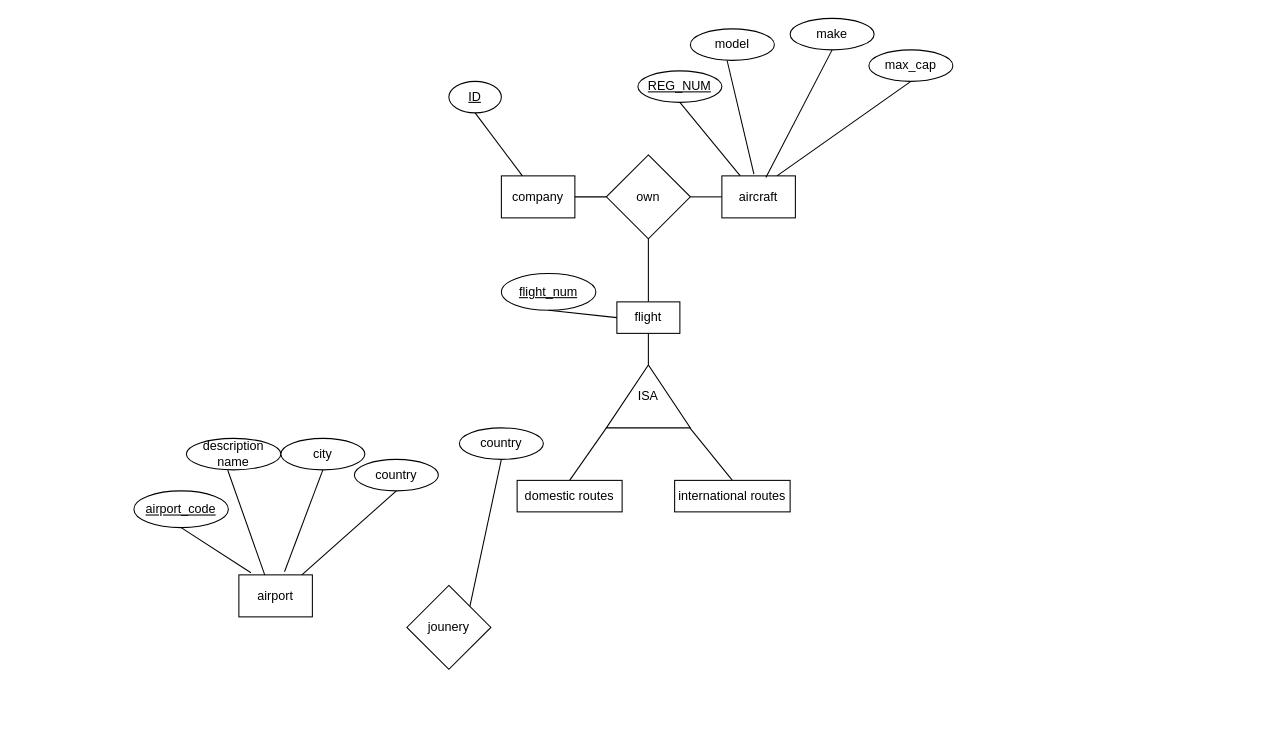
Earlier version of the draw.io diagram hw2_part5A.drawio (jamessu1201/Database_System). Source tidied: cells renumbered, new cells numbered last; positions are measured from the earlier drawing's top-left corner, leaving out a move shared by most shapes. Both pictures are drawn from the tidied source at 105%, with x=0, y=0 at pixel (133, 18).
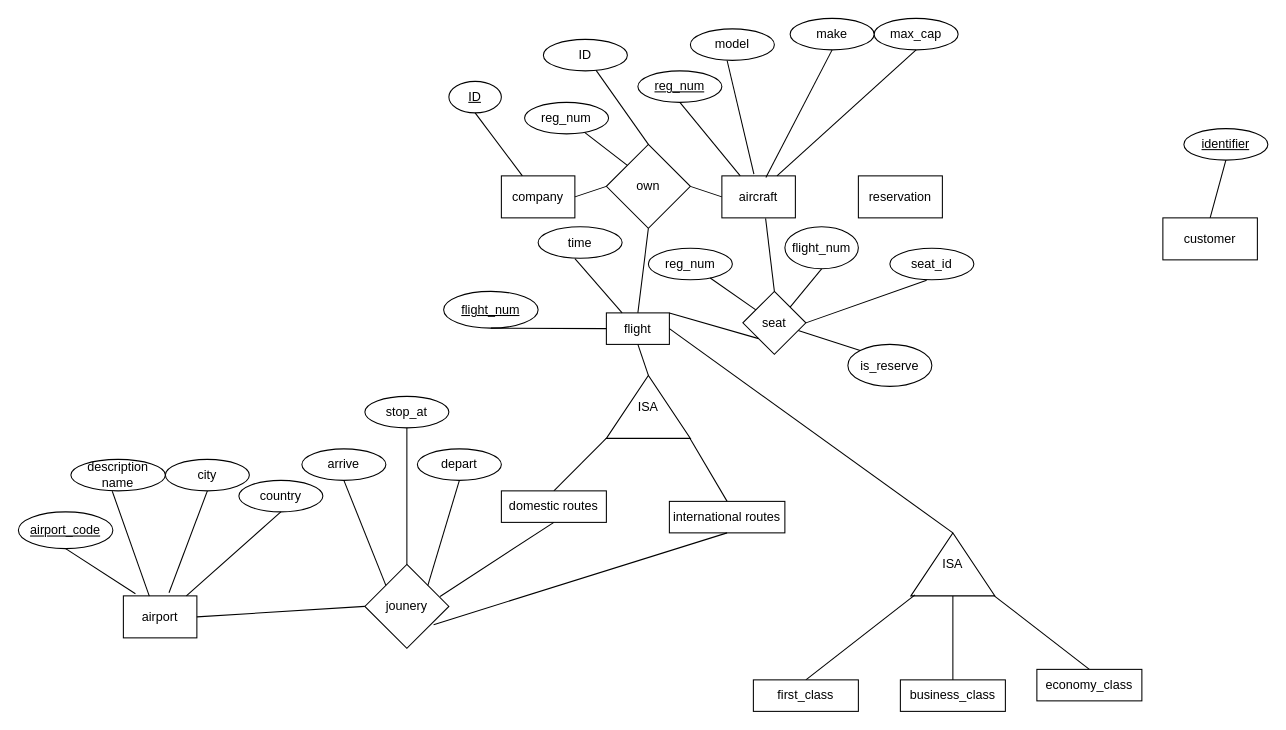
After the change.

The change refers to these unchanged cells:
```xml
<mxCell id="8" value="aircraft" style="rounded=0;whiteSpace=wrap;html=1;" parent="1" vertex="1">
  <mxGeometry x="560" y="150" width="70" height="40" as="geometry" />
</mxCell>
```

Diff of the diagram source:
```diff
@@
     <mxCell id="6" value="own" style="rhombus;whiteSpace=wrap;html=1;" parent="1" vertex="1">
-      <mxGeometry x="450" y="130" width="80" height="80" as="geometry" />
+      <mxGeometry x="450" y="120" width="80" height="80" as="geometry" />
     </mxCell>
@@
-    <mxCell id="9" value="&lt;u&gt;REG_NUM&lt;/u&gt;" style="ellipse;whiteSpace=wrap;html=1;" parent="1" vertex="1">
+    <mxCell id="9" value="&lt;u&gt;reg_num&lt;/u&gt;" style="ellipse;whiteSpace=wrap;html=1;" parent="1" vertex="1">
       <mxGeometry x="480" y="50" width="80" height="30" as="geometry" />
     </mxCell>
@@
     <mxCell id="11" value="max_cap" style="ellipse;whiteSpace=wrap;html=1;" parent="1" vertex="1">
-      <mxGeometry x="700" y="30" width="80" height="30" as="geometry" />
+      <mxGeometry x="705" width="80" height="30" as="geometry" />
     </mxCell>
@@
     <mxCell id="18" value="flight" style="rounded=0;whiteSpace=wrap;html=1;" parent="1" vertex="1">
-      <mxGeometry x="460" y="270" width="60" height="30" as="geometry" />
+      <mxGeometry x="450" y="280.5" width="60" height="30" as="geometry" />
     </mxCell>
     <mxCell id="19" value="ISA" style="triangle;whiteSpace=wrap;html=1;flipV=1;flipH=1;direction=south;" parent="1" vertex="1">
-      <mxGeometry x="450" y="330" width="80" height="60" as="geometry" />
+      <mxGeometry x="450" y="340" width="80" height="60" as="geometry" />
     </mxCell>
@@
-    <mxCell id="21" style="endArrow=none;html=1;rounded=0;exitX=0.5;exitY=0;exitDx=0;exitDy=0;" parent="1" edge="1" source="23">
-      <mxGeometry relative="1" as="geometry">
-        <mxPoint x="450" y="390" as="targetPoint" />
-      </mxGeometry>
+    <mxCell id="21" style="endArrow=none;html=1;rounded=0;exitX=0.5;exitY=0;exitDx=0;exitDy=0;entryX=0.004;entryY=0.001;entryDx=0;entryDy=0;entryPerimeter=0;" parent="1" edge="1" source="23" target="19">
+      <mxGeometry relative="1" as="geometry" />
     </mxCell>
@@
     <mxCell id="23" value=" domestic&amp;nbsp;routes" style="rounded=0;whiteSpace=wrap;html=1;" parent="1" vertex="1">
-      <mxGeometry x="365" y="440" width="100" height="30" as="geometry" />
+      <mxGeometry x="350" y="450" width="100" height="30" as="geometry" />
     </mxCell>
     <mxCell id="24" value="international routes" style="rounded=0;whiteSpace=wrap;html=1;" parent="1" vertex="1">
-      <mxGeometry x="515" y="440" width="110" height="30" as="geometry" />
+      <mxGeometry x="510" y="460" width="110" height="30" as="geometry" />
     </mxCell>
     <mxCell id="25" value="airport" style="rounded=0;whiteSpace=wrap;html=1;" parent="1" vertex="1">
-      <mxGeometry x="100" y="530" width="70" height="40" as="geometry" />
+      <mxGeometry x="-10" y="550" width="70" height="40" as="geometry" />
     </mxCell>
     <mxCell id="26" value="&lt;u&gt;flight_num&lt;/u&gt;" style="ellipse;whiteSpace=wrap;html=1;" parent="1" vertex="1">
-      <mxGeometry x="350" y="243" width="90" height="35" as="geometry" />
+      <mxGeometry x="295" y="260" width="90" height="35" as="geometry" />
     </mxCell>
@@
     <mxCell id="28" value="&lt;u&gt;airport_code&lt;/u&gt;" style="ellipse;whiteSpace=wrap;html=1;" parent="1" vertex="1">
-      <mxGeometry y="450" width="90" height="35" as="geometry" />
+      <mxGeometry x="-110" y="470" width="90" height="35" as="geometry" />
     </mxCell>
@@
     <mxCell id="30" value="description&lt;br/&gt;name" style="ellipse;whiteSpace=wrap;html=1;" parent="1" vertex="1">
-      <mxGeometry x="50" y="400" width="90" height="30" as="geometry" />
+      <mxGeometry x="-60" y="420" width="90" height="30" as="geometry" />
     </mxCell>
@@
     <mxCell id="32" value="city" style="ellipse;whiteSpace=wrap;html=1;" parent="1" vertex="1">
-      <mxGeometry x="140" y="400" width="80" height="30" as="geometry" />
+      <mxGeometry x="30" y="420" width="80" height="30" as="geometry" />
     </mxCell>
@@
     <mxCell id="34" value="country" style="ellipse;whiteSpace=wrap;html=1;" parent="1" vertex="1">
-      <mxGeometry x="210" y="420" width="80" height="30" as="geometry" />
+      <mxGeometry x="100" y="440" width="80" height="30" as="geometry" />
     </mxCell>
@@
     <mxCell id="36" value="jounery" style="rhombus;whiteSpace=wrap;html=1;" parent="1" vertex="1">
-      <mxGeometry x="260" y="540" width="80" height="80" as="geometry" />
+      <mxGeometry x="220" y="520" width="80" height="80" as="geometry" />
     </mxCell>
-    <mxCell id="37" value="country" style="ellipse;whiteSpace=wrap;html=1;" parent="1" vertex="1">
-      <mxGeometry x="310" y="390" width="80" height="30" as="geometry" />
+    <mxCell id="37" value="depart" style="ellipse;whiteSpace=wrap;html=1;" parent="1" vertex="1">
+      <mxGeometry x="270" y="410" width="80" height="30" as="geometry" />
     </mxCell>
@@
+    <mxCell id="39" value="arrive" style="ellipse;whiteSpace=wrap;html=1;" parent="1" vertex="1">
+      <mxGeometry x="160" y="410" width="80" height="30" as="geometry" />
+    </mxCell>
+    <mxCell id="40" style="endArrow=none;html=1;rounded=0;entryX=0.5;entryY=1;entryDx=0;entryDy=0;exitX=0;exitY=0;exitDx=0;exitDy=0;" parent="1" edge="1" source="36" target="39">
+      <mxGeometry relative="1" as="geometry" />
+    </mxCell>
+    <mxCell id="41" style="endArrow=none;html=1;rounded=0;exitX=1;exitY=0.5;exitDx=0;exitDy=0;entryX=0;entryY=0.5;entryDx=0;entryDy=0;" parent="1" edge="1" source="25" target="36">
+      <mxGeometry relative="1" as="geometry" />
+    </mxCell>
+    <mxCell id="42" style="endArrow=none;html=1;rounded=0;entryX=0.5;entryY=1;entryDx=0;entryDy=0;exitX=0.895;exitY=0.382;exitDx=0;exitDy=0;exitPerimeter=0;" parent="1" edge="1" source="36" target="23">
+      <mxGeometry relative="1" as="geometry" />
+    </mxCell>
+    <mxCell id="43" style="endArrow=none;html=1;rounded=0;entryX=0.5;entryY=1;entryDx=0;entryDy=0;exitX=0.818;exitY=0.718;exitDx=0;exitDy=0;exitPerimeter=0;" parent="1" edge="1" source="36" target="24">
+      <mxGeometry relative="1" as="geometry" />
+    </mxCell>
+    <mxCell id="44" value="stop_at" style="ellipse;whiteSpace=wrap;html=1;" parent="1" vertex="1">
+      <mxGeometry x="220" y="360" width="80" height="30" as="geometry" />
+    </mxCell>
+    <mxCell id="45" style="endArrow=none;html=1;rounded=0;entryX=0.5;entryY=1;entryDx=0;entryDy=0;exitX=0.5;exitY=0;exitDx=0;exitDy=0;" parent="1" edge="1" source="36" target="44">
+      <mxGeometry relative="1" as="geometry" />
+    </mxCell>
+    <mxCell id="46" style="endArrow=none;html=1;rounded=0;entryX=1;entryY=0.5;entryDx=0;entryDy=0;exitX=0;exitY=0.5;exitDx=0;exitDy=0;" parent="1" edge="1" source="47" target="18">
+      <mxGeometry relative="1" as="geometry" />
+    </mxCell>
+    <mxCell id="47" value="ISA" style="triangle;whiteSpace=wrap;html=1;flipV=1;flipH=1;direction=south;" parent="1" vertex="1">
+      <mxGeometry x="740" y="490" width="80" height="60" as="geometry" />
+    </mxCell>
+    <mxCell id="48" style="endArrow=none;html=1;rounded=0;entryX=0.017;entryY=0.049;entryDx=0;entryDy=0;entryPerimeter=0;exitX=0.5;exitY=0;exitDx=0;exitDy=0;" parent="1" edge="1" source="51" target="47">
+      <mxGeometry relative="1" as="geometry" />
+    </mxCell>
+    <mxCell id="49" style="endArrow=none;html=1;rounded=0;entryX=-0.003;entryY=0.996;entryDx=0;entryDy=0;entryPerimeter=0;exitX=0.5;exitY=0;exitDx=0;exitDy=0;" parent="1" edge="1" source="53" target="47">
+      <mxGeometry relative="1" as="geometry" />
+    </mxCell>
+    <mxCell id="50" style="endArrow=none;html=1;rounded=0;entryX=1;entryY=0.5;entryDx=0;entryDy=0;exitX=0.5;exitY=0;exitDx=0;exitDy=0;" parent="1" edge="1" source="52" target="47">
+      <mxGeometry relative="1" as="geometry" />
+    </mxCell>
+    <mxCell id="51" value=" first_class" style="rounded=0;whiteSpace=wrap;html=1;" parent="1" vertex="1">
+      <mxGeometry x="590" y="630" width="100" height="30" as="geometry" />
+    </mxCell>
+    <mxCell id="52" value=" business_class" style="rounded=0;whiteSpace=wrap;html=1;" parent="1" vertex="1">
+      <mxGeometry x="730" y="630" width="100" height="30" as="geometry" />
+    </mxCell>
+    <mxCell id="53" value="economy_class" style="rounded=0;whiteSpace=wrap;html=1;" parent="1" vertex="1">
+      <mxGeometry x="860" y="620" width="100" height="30" as="geometry" />
+    </mxCell>
+    <mxCell id="54" value="customer" style="rounded=0;whiteSpace=wrap;html=1;" parent="1" vertex="1">
+      <mxGeometry x="980" y="190" width="90" height="40" as="geometry" />
+    </mxCell>
+    <mxCell id="55" value="&lt;u&gt;identifier&lt;/u&gt;" style="ellipse;whiteSpace=wrap;html=1;" parent="1" vertex="1">
+      <mxGeometry x="1000" y="105" width="80" height="30" as="geometry" />
+    </mxCell>
+    <mxCell id="56" style="endArrow=none;html=1;rounded=0;entryX=0.5;entryY=1;entryDx=0;entryDy=0;exitX=0.5;exitY=0;exitDx=0;exitDy=0;" parent="1" edge="1" source="54" target="55">
+      <mxGeometry relative="1" as="geometry" />
+    </mxCell>
+    <mxCell id="57" value="reg_num" style="ellipse;whiteSpace=wrap;html=1;" parent="1" vertex="1">
+      <mxGeometry x="490" y="219" width="80" height="30" as="geometry" />
+    </mxCell>
+    <mxCell id="58" style="endArrow=none;html=1;rounded=0;" parent="1" edge="1" source="66" target="57">
+      <mxGeometry relative="1" as="geometry" />
+    </mxCell>
+    <mxCell id="59" value="reservation" style="rounded=0;whiteSpace=wrap;html=1;" parent="1" vertex="1">
+      <mxGeometry x="690" y="150" width="80" height="40" as="geometry" />
+    </mxCell>
+    <mxCell id="60" value="seat_id" style="ellipse;whiteSpace=wrap;html=1;" parent="1" vertex="1">
+      <mxGeometry x="720" y="219" width="80" height="30" as="geometry" />
+    </mxCell>
+    <mxCell id="61" style="endArrow=none;html=1;rounded=0;entryX=1;entryY=0.5;entryDx=0;entryDy=0;exitX=0.438;exitY=1.012;exitDx=0;exitDy=0;exitPerimeter=0;" parent="1" edge="1" source="60" target="66">
+      <mxGeometry relative="1" as="geometry" />
+    </mxCell>
+    <mxCell id="62" value="is_reserve" style="ellipse;whiteSpace=wrap;html=1;" parent="1" vertex="1">
+      <mxGeometry x="680" y="310.5" width="80" height="40" as="geometry" />
+    </mxCell>
+    <mxCell id="63" style="endArrow=none;html=1;rounded=0;exitX=0;exitY=0;exitDx=0;exitDy=0;" parent="1" edge="1" source="62" target="66">
+      <mxGeometry relative="1" as="geometry" />
+    </mxCell>
+    <mxCell id="64" value="time" style="ellipse;whiteSpace=wrap;html=1;" parent="1" vertex="1">
+      <mxGeometry x="385" y="198.5" width="80" height="30" as="geometry" />
+    </mxCell>
+    <mxCell id="65" style="endArrow=none;html=1;rounded=0;entryX=0.25;entryY=0;entryDx=0;entryDy=0;exitX=0.438;exitY=1.012;exitDx=0;exitDy=0;exitPerimeter=0;" parent="1" edge="1" source="64" target="18">
+      <mxGeometry relative="1" as="geometry" />
+    </mxCell>
+    <mxCell id="66" value="seat" style="rhombus;whiteSpace=wrap;html=1;" parent="1" vertex="1">
+      <mxGeometry x="580" y="260" width="60" height="60" as="geometry" />
+    </mxCell>
+    <mxCell id="67" style="endArrow=none;html=1;rounded=0;entryX=0;entryY=1;entryDx=0;entryDy=0;exitX=1;exitY=0;exitDx=0;exitDy=0;" parent="1" edge="1" source="18" target="66">
+      <mxGeometry relative="1" as="geometry" />
+    </mxCell>
+    <mxCell id="68" value="flight_num" style="ellipse;whiteSpace=wrap;html=1;" parent="1" vertex="1">
+      <mxGeometry x="620" y="198.5" width="70" height="40" as="geometry" />
+    </mxCell>
+    <mxCell id="69" style="endArrow=none;html=1;rounded=0;entryX=0.595;entryY=1.013;entryDx=0;entryDy=0;entryPerimeter=0;exitX=0.5;exitY=0;exitDx=0;exitDy=0;" parent="1" edge="1" source="66" target="8">
+      <mxGeometry relative="1" as="geometry" />
+    </mxCell>
+    <mxCell id="70" style="endArrow=none;html=1;rounded=0;entryX=0.5;entryY=1;entryDx=0;entryDy=0;exitX=1;exitY=0;exitDx=0;exitDy=0;" parent="1" edge="1" source="66" target="68">
+      <mxGeometry relative="1" as="geometry" />
+    </mxCell>
+    <mxCell id="71" value="reg_num" style="ellipse;whiteSpace=wrap;html=1;" parent="1" vertex="1">
+      <mxGeometry x="372.1" y="80" width="80" height="30" as="geometry" />
+    </mxCell>
+    <mxCell id="72" style="endArrow=none;html=1;rounded=0;exitX=0;exitY=0;exitDx=0;exitDy=0;" parent="1" edge="1" source="6" target="71">
+      <mxGeometry relative="1" as="geometry" />
+    </mxCell>
+    <mxCell id="73" value="ID" style="ellipse;whiteSpace=wrap;html=1;" parent="1" vertex="1">
+      <mxGeometry x="390" y="20" width="80" height="30" as="geometry" />
+    </mxCell>
+    <mxCell id="74" style="endArrow=none;html=1;rounded=0;exitX=0.5;exitY=0;exitDx=0;exitDy=0;" parent="1" edge="1" source="6" target="73">
+      <mxGeometry relative="1" as="geometry" />
+    </mxCell>
```
